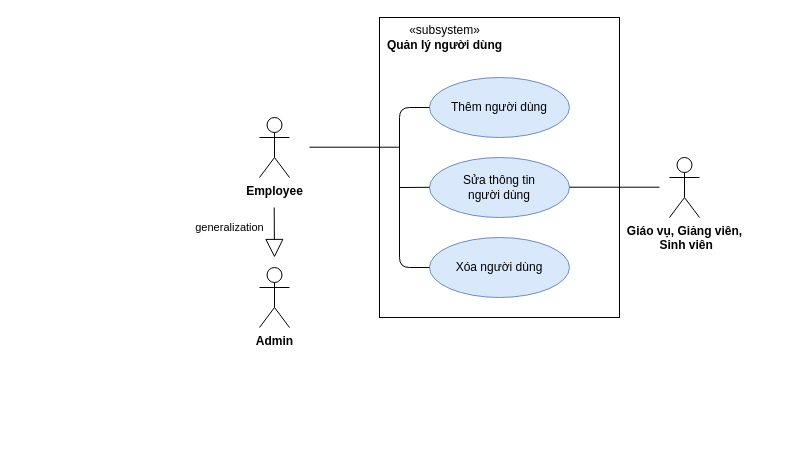
This is page "Usecase_ql_nguoi_dung" (7 of 17) of doc/QuanLyDoAn.drawio from lampn0/quan_ly_do_an_20211, a draw.io file, before an edit. Source tidied: cells renumbered, new cells numbered last; positions are measured from the earlier drawing's top-left corner, leaving out a move shared by most shapes. Both pictures are drawn from the tidied source at 100%, with x=0, y=0 at pixel (259, 17).
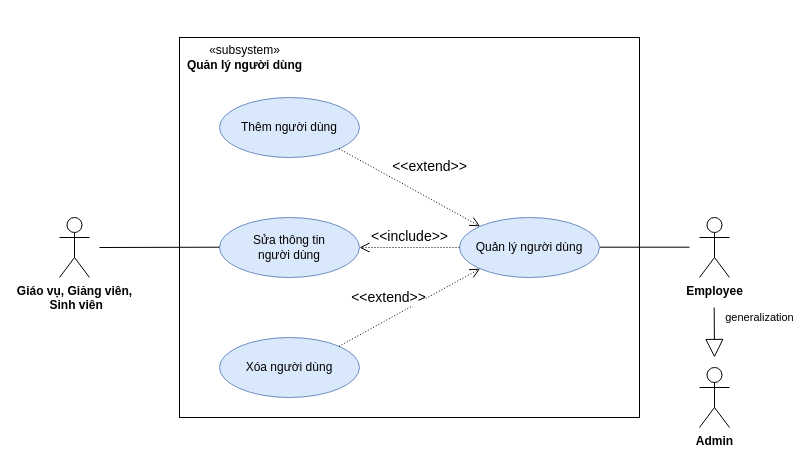
After the change.

Change to the diagram source:
```diff
@@
     <mxCell id="2" value="generalization" style="endArrow=block;endSize=16;endFill=0;html=1;" parent="1" edge="1">
-      <mxGeometry x="-0.21" y="-45" relative="1" as="geometry">
-        <mxPoint x="14.7" y="190" as="sourcePoint" />
-        <mxPoint x="15" y="240" as="targetPoint" />
+      <mxGeometry x="-0.59" y="45" relative="1" as="geometry">
+        <mxPoint x="454.7" y="290" as="sourcePoint" />
+        <mxPoint x="455" y="340" as="targetPoint" />
       </mxGeometry>
     </mxCell>
     <mxCell id="3" style="rounded=0;whiteSpace=wrap;html=1;glass=0;shadow=0;" parent="1" vertex="1">
-      <mxGeometry x="120" width="240" height="300" as="geometry" />
+      <mxGeometry x="-80" y="20" width="460" height="380" as="geometry" />
     </mxCell>
     <mxCell id="4" value="«subsystem»&lt;br&gt;&lt;b&gt;Quản lý người dùng&lt;/b&gt;" style="html=1;rounded=1;glass=0;align=center;strokeColor=none;fillColor=none;" parent="1" vertex="1">
-      <mxGeometry x="120" width="130" height="40" as="geometry" />
+      <mxGeometry x="-80" y="20" width="130" height="40" as="geometry" />
     </mxCell>
     <mxCell id="5" value="Thêm người dùng" style="ellipse;whiteSpace=wrap;html=1;rounded=1;glass=0;align=center;fillColor=#dae8fc;strokeColor=#6c8ebf;" parent="1" vertex="1">
-      <mxGeometry x="170" y="60" width="140" height="60" as="geometry" />
+      <mxGeometry x="-40" y="80" width="140" height="60" as="geometry" />
     </mxCell>
     <mxCell id="6" value="Sửa thông tin&lt;br&gt;người dùng" style="ellipse;whiteSpace=wrap;html=1;rounded=1;glass=0;align=center;fillColor=#dae8fc;strokeColor=#6c8ebf;" parent="1" vertex="1">
-      <mxGeometry x="170" y="140" width="140" height="60" as="geometry" />
+      <mxGeometry x="-40" y="200" width="140" height="60" as="geometry" />
     </mxCell>
     <mxCell id="7" value="Xóa người dùng" style="ellipse;whiteSpace=wrap;html=1;rounded=1;glass=0;align=center;fillColor=#dae8fc;strokeColor=#6c8ebf;" parent="1" vertex="1">
-      <mxGeometry x="170" y="220" width="140" height="60" as="geometry" />
+      <mxGeometry x="-40" y="320" width="140" height="60" as="geometry" />
     </mxCell>
     <mxCell id="8" value="Giáo vụ, Giảng viên,&lt;br&gt;&amp;nbsp;Sinh viên" style="shape=umlActor;verticalLabelPosition=bottom;verticalAlign=top;html=1;rounded=1;shadow=0;glass=0;fillColor=none;align=center;fontStyle=1;" parent="1" vertex="1">
-      <mxGeometry x="410" y="140" width="30" height="60" as="geometry" />
+      <mxGeometry x="-200" y="200" width="30" height="60" as="geometry" />
     </mxCell>
     <mxCell id="9" value="Employee" style="shape=umlActor;verticalLabelPosition=bottom;verticalAlign=top;html=1;rounded=1;shadow=0;glass=0;fillColor=none;align=center;fontStyle=1;" parent="1" vertex="1">
-      <mxGeometry y="100" width="30" height="60" as="geometry" />
+      <mxGeometry x="440" y="200" width="30" height="60" as="geometry" />
     </mxCell>
     <mxCell id="10" style="endArrow=none;html=1;" parent="1" edge="1">
       <mxGeometry relative="1" as="geometry">
-        <mxPoint x="50" y="129.7" as="sourcePoint" />
-        <mxPoint x="140" y="129.7" as="targetPoint" />
+        <mxPoint x="-160" y="230" as="sourcePoint" />
+        <mxPoint x="-40" y="229.7" as="targetPoint" />
       </mxGeometry>
     </mxCell>
-    <mxCell id="11" style="endArrow=none;html=1;exitX=0;exitY=0.5;exitDx=0;exitDy=0;entryX=0;entryY=0.5;entryDx=0;entryDy=0;" parent="1" edge="1" source="7" target="5">
-      <mxGeometry relative="1" as="geometry">
-        <Array as="points">
-          <mxPoint x="140" y="250" />
-          <mxPoint x="140" y="90" />
-        </Array>
-      </mxGeometry>
-    </mxCell>
     <mxCell id="12" style="endArrow=none;html=1;" parent="1" edge="1">
       <mxGeometry relative="1" as="geometry">
-        <mxPoint x="400" y="169.7" as="sourcePoint" />
-        <mxPoint x="310" y="169.7" as="targetPoint" />
+        <mxPoint x="430" y="229.7" as="sourcePoint" />
+        <mxPoint x="340" y="229.7" as="targetPoint" />
       </mxGeometry>
     </mxCell>
     <mxCell id="13" value="Admin" style="shape=umlActor;verticalLabelPosition=bottom;verticalAlign=top;html=1;rounded=1;shadow=0;glass=0;fillColor=none;align=center;fontStyle=1;" parent="1" vertex="1">
-      <mxGeometry y="250" width="30" height="60" as="geometry" />
+      <mxGeometry x="440" y="350" width="30" height="60" as="geometry" />
     </mxCell>
-    <mxCell id="14" style="endArrow=none;html=1;" parent="1" edge="1">
-      <mxGeometry relative="1" as="geometry">
-        <mxPoint x="140" y="170" as="sourcePoint" />
-        <mxPoint x="170" y="169.8" as="targetPoint" />
-      </mxGeometry>
-    </mxCell>
+    <mxCell id="15" value="Quản lý người dùng" style="ellipse;whiteSpace=wrap;html=1;rounded=1;glass=0;align=center;fillColor=#dae8fc;strokeColor=#6c8ebf;" parent="1" vertex="1">
+      <mxGeometry x="200" y="200" width="140" height="60" as="geometry" />
+    </mxCell>
+    <mxCell id="16" value="&amp;lt;&amp;lt;include&amp;gt;&amp;gt;" style="html=1;verticalAlign=bottom;endArrow=open;dashed=1;endSize=8;dashPattern=1 2;fontSize=14;strokeColor=#000000;entryX=1;entryY=0.5;entryDx=0;entryDy=0;exitX=0;exitY=0.5;exitDx=0;exitDy=0;" parent="1" edge="1" source="15" target="6">
+      <mxGeometry relative="1" as="geometry" />
+    </mxCell>
+    <mxCell id="17" value="&amp;lt;&amp;lt;extend&amp;gt;&amp;gt;" style="html=1;verticalAlign=bottom;endArrow=open;dashed=1;endSize=8;dashPattern=1 2;fontSize=14;strokeColor=#000000;entryX=0;entryY=0;entryDx=0;entryDy=0;exitX=1;exitY=1;exitDx=0;exitDy=0;" parent="1" edge="1" source="5" target="15">
+      <mxGeometry x="0.16" y="18" relative="1" as="geometry" />
+    </mxCell>
+    <mxCell id="18" value="&amp;lt;&amp;lt;extend&amp;gt;&amp;gt;" style="html=1;verticalAlign=bottom;endArrow=open;dashed=1;endSize=8;dashPattern=1 2;fontSize=14;strokeColor=#000000;entryX=0;entryY=1;entryDx=0;entryDy=0;exitX=1;exitY=0;exitDx=0;exitDy=0;" parent="1" edge="1" source="7" target="15">
+      <mxGeometry x="-0.22" y="9" relative="1" as="geometry">
+        <mxPoint x="-1" as="offset" />
+      </mxGeometry>
+    </mxCell>
```
